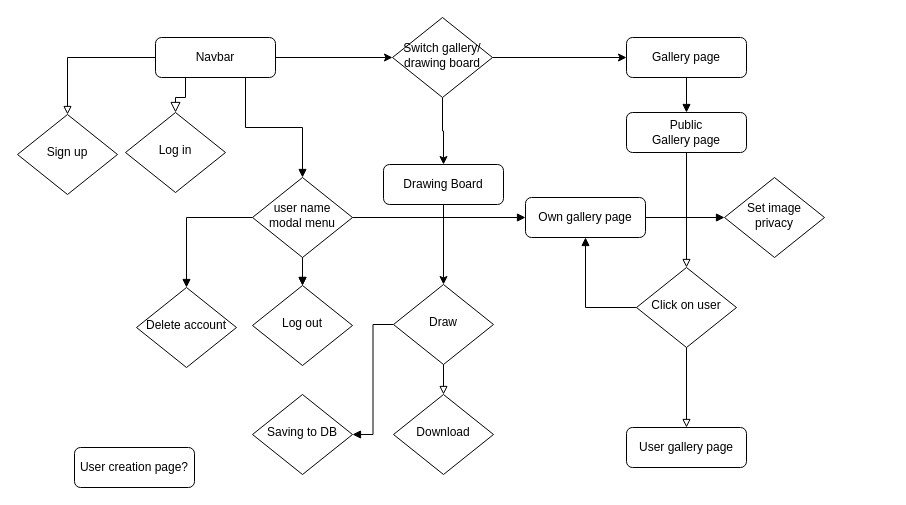
Above: pixel/user_stories.drawio in damien-rembert/diagrams (draw.io), before the change. Source tidied: cells renumbered, new cells numbered last; positions are measured from the earlier drawing's top-left corner, leaving out a move shared by most shapes. Both pictures are drawn from the tidied source at 100%, with x=0, y=0 at pixel (17, 17).
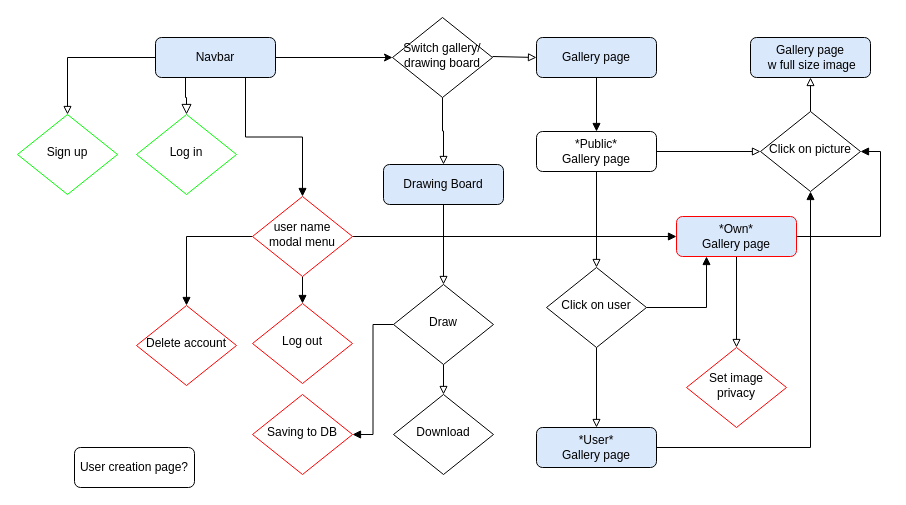
The same diagram, later.

Unchanged cells that the change refers to:
```xml
<mxCell id="9" value="&lt;div&gt;Switch gallery/&lt;/div&gt;&lt;div&gt;drawing board&lt;/div&gt;" style="rhombus;whiteSpace=wrap;html=1;shadow=0;fontFamily=Helvetica;fontSize=12;align=center;strokeWidth=1;spacing=6;spacingTop=-4;" parent="1" vertex="1">
  <mxGeometry x="375" width="100" height="80" as="geometry" />
</mxCell>
<mxCell id="23" value="&lt;div&gt;Draw&lt;/div&gt;" style="rhombus;whiteSpace=wrap;html=1;shadow=0;fontFamily=Helvetica;fontSize=12;align=center;strokeWidth=1;spacing=6;spacingTop=-4;" parent="1" vertex="1">
  <mxGeometry x="376" y="267" width="100" height="80" as="geometry" />
</mxCell>
```

Change to the diagram source:
```diff
@@
-    <mxCell id="4" style="edgeStyle=orthogonalEdgeStyle;rounded=0;jettySize=auto;html=1;exitX=0.5;exitY=1;exitDx=0;exitDy=0;entryX=0.5;entryY=0;entryDx=0;entryDy=0;" parent="1" edge="1" source="5" target="23">
+    <mxCell id="4" style="edgeStyle=orthogonalEdgeStyle;rounded=0;jettySize=auto;html=1;exitX=0.5;exitY=1;exitDx=0;exitDy=0;entryX=0.5;entryY=0;entryDx=0;entryDy=0;endArrow=block;endFill=0;" parent="1" edge="1" source="5" target="23">
       <mxGeometry relative="1" as="geometry" />
     </mxCell>
-    <mxCell id="5" value="&lt;div&gt;Drawing Board&lt;/div&gt;" style="rounded=1;whiteSpace=wrap;html=1;fontSize=12;glass=0;strokeWidth=1;shadow=0;" parent="1" vertex="1">
+    <mxCell id="5" value="&lt;div&gt;Drawing Board&lt;/div&gt;" style="rounded=1;whiteSpace=wrap;html=1;fontSize=12;glass=0;strokeWidth=1;shadow=0;fillColor=#dae8fc;strokeColor=#000000;" parent="1" vertex="1">
       <mxGeometry x="366" y="147" width="120" height="40" as="geometry" />
     </mxCell>
-    <mxCell id="6" value="Log in" style="rhombus;whiteSpace=wrap;html=1;shadow=0;fontFamily=Helvetica;fontSize=12;align=center;strokeWidth=1;spacing=6;spacingTop=-4;" parent="1" vertex="1">
-      <mxGeometry x="108" y="95" width="100" height="80" as="geometry" />
+    <mxCell id="6" value="Log in" style="rhombus;whiteSpace=wrap;html=1;shadow=0;fontFamily=Helvetica;fontSize=12;align=center;strokeWidth=1;spacing=6;spacingTop=-4;strokeColor=#00FF00;" parent="1" vertex="1">
+      <mxGeometry x="119" y="97" width="100" height="80" as="geometry" />
     </mxCell>
-    <mxCell id="7" style="edgeStyle=orthogonalEdgeStyle;rounded=0;jettySize=auto;html=1;exitX=0.5;exitY=1;exitDx=0;exitDy=0;entryX=0.5;entryY=0;entryDx=0;entryDy=0;" parent="1" edge="1" source="9" target="5">
+    <mxCell id="7" style="edgeStyle=orthogonalEdgeStyle;rounded=0;jettySize=auto;html=1;exitX=0.5;exitY=1;exitDx=0;exitDy=0;entryX=0.5;entryY=0;entryDx=0;entryDy=0;endArrow=block;endFill=0;" parent="1" edge="1" source="9" target="5">
       <mxGeometry relative="1" as="geometry" />
     </mxCell>
-    <mxCell id="8" style="edgeStyle=orthogonalEdgeStyle;rounded=0;jettySize=auto;html=1;exitX=1;exitY=0.5;exitDx=0;exitDy=0;entryX=0;entryY=0.5;entryDx=0;entryDy=0;" parent="1" edge="1" source="9" target="26">
-      <mxGeometry relative="1" as="geometry" />
+    <mxCell id="8" style="edgeStyle=orthogonalEdgeStyle;rounded=0;jettySize=auto;html=1;exitX=1;exitY=0.5;exitDx=0;exitDy=0;entryX=0;entryY=0.5;entryDx=0;entryDy=0;endArrow=block;endFill=0;" parent="1" edge="1" target="26">
+      <mxGeometry relative="1" as="geometry">
+        <mxPoint x="475" y="39" as="sourcePoint" />
+      </mxGeometry>
     </mxCell>
@@
-    <mxCell id="10" value="Sign up" style="rhombus;whiteSpace=wrap;html=1;shadow=0;fontFamily=Helvetica;fontSize=12;align=center;strokeWidth=1;spacing=6;spacingTop=-4;" parent="1" vertex="1">
+    <mxCell id="10" value="Sign up" style="rhombus;whiteSpace=wrap;html=1;shadow=0;fontFamily=Helvetica;fontSize=12;align=center;strokeWidth=1;spacing=6;spacingTop=-4;strokeColor=#00FF00;" parent="1" vertex="1">
       <mxGeometry y="97" width="100" height="80" as="geometry" />
     </mxCell>
@@
+    <mxCell id="38" style="edgeStyle=orthogonalEdgeStyle;rounded=0;jettySize=auto;html=1;exitX=1;exitY=0.5;exitDx=0;exitDy=0;entryX=0;entryY=0.5;entryDx=0;entryDy=0;endArrow=block;endFill=0;" parent="1" edge="1" source="14" target="42">
+      <mxGeometry relative="1" as="geometry" />
+    </mxCell>
-    <mxCell id="14" value="Public &lt;br&gt;&lt;div&gt;Gallery page&lt;/div&gt;" style="rounded=1;whiteSpace=wrap;html=1;fontSize=12;glass=0;strokeWidth=1;shadow=0;" parent="1" vertex="1">
-      <mxGeometry x="609" y="95" width="120" height="40" as="geometry" />
+    <mxCell id="14" value="*Public*&lt;br&gt;&lt;div&gt;Gallery page&lt;/div&gt;" style="rounded=1;whiteSpace=wrap;html=1;fontSize=12;glass=0;strokeWidth=1;shadow=0;" parent="1" vertex="1">
+      <mxGeometry x="519" y="114" width="120" height="40" as="geometry" />
     </mxCell>
@@
-    <mxCell id="17" value="&lt;div&gt;Navbar&lt;/div&gt;" style="rounded=1;whiteSpace=wrap;html=1;fontSize=12;glass=0;strokeWidth=1;shadow=0;" parent="1" vertex="1">
+    <mxCell id="17" value="&lt;div&gt;Navbar&lt;/div&gt;" style="rounded=1;whiteSpace=wrap;html=1;fontSize=12;glass=0;strokeWidth=1;shadow=0;fillColor=#dae8fc;strokeColor=#000000;" parent="1" vertex="1">
       <mxGeometry x="138" y="20" width="120" height="40" as="geometry" />
     </mxCell>
+    <mxCell id="39" style="edgeStyle=orthogonalEdgeStyle;rounded=0;jettySize=auto;html=1;exitX=1;exitY=0.5;exitDx=0;exitDy=0;entryX=0.5;entryY=1;entryDx=0;entryDy=0;endArrow=block;endFill=1;" parent="1" edge="1" source="18" target="42">
+      <mxGeometry relative="1" as="geometry" />
+    </mxCell>
-    <mxCell id="18" value="&lt;div&gt;User gallery page&lt;/div&gt;" style="rounded=1;whiteSpace=wrap;html=1;fontSize=12;glass=0;strokeWidth=1;shadow=0;" parent="1" vertex="1">
-      <mxGeometry x="609" y="410" width="120" height="40" as="geometry" />
+    <mxCell id="18" value="&lt;div&gt;*User*&lt;/div&gt;&lt;div&gt;Gallery page&lt;/div&gt;" style="rounded=1;whiteSpace=wrap;html=1;fontSize=12;glass=0;strokeWidth=1;shadow=0;fillColor=#dae8fc;strokeColor=#000000;" parent="1" vertex="1">
+      <mxGeometry x="519" y="410" width="120" height="40" as="geometry" />
     </mxCell>
-    <mxCell id="19" style="edgeStyle=orthogonalEdgeStyle;rounded=0;jettySize=auto;html=1;exitX=1;exitY=0.5;exitDx=0;exitDy=0;endArrow=block;endFill=1;" parent="1" edge="1" source="20" target="34">
+    <mxCell id="19" style="edgeStyle=orthogonalEdgeStyle;rounded=0;jettySize=auto;html=1;exitX=0.5;exitY=1;exitDx=0;exitDy=0;entryX=0.5;entryY=0;entryDx=0;entryDy=0;endArrow=block;endFill=0;" parent="1" edge="1" source="20" target="34">
       <mxGeometry relative="1" as="geometry" />
     </mxCell>
+    <mxCell id="40" style="edgeStyle=orthogonalEdgeStyle;rounded=0;jettySize=auto;html=1;exitX=1;exitY=0.5;exitDx=0;exitDy=0;entryX=1;entryY=0.5;entryDx=0;entryDy=0;endArrow=block;endFill=1;" parent="1" edge="1" source="20" target="42">
+      <mxGeometry relative="1" as="geometry" />
+    </mxCell>
-    <mxCell id="20" value="&lt;div&gt;Own gallery page&lt;/div&gt;" style="rounded=1;whiteSpace=wrap;html=1;fontSize=12;glass=0;strokeWidth=1;shadow=0;" parent="1" vertex="1">
-      <mxGeometry x="508" y="180" width="120" height="40" as="geometry" />
+    <mxCell id="20" value="&lt;div&gt;*Own* &lt;br&gt;&lt;/div&gt;&lt;div&gt;Gallery page&lt;/div&gt;" style="rounded=1;whiteSpace=wrap;html=1;fontSize=12;glass=0;strokeWidth=1;shadow=0;fillColor=#dae8fc;strokeColor=#FF0000;" parent="1" vertex="1">
+      <mxGeometry x="659" y="199" width="120" height="40" as="geometry" />
     </mxCell>
@@
-    <mxCell id="26" value="&lt;div&gt;Gallery page&lt;/div&gt;" style="rounded=1;whiteSpace=wrap;html=1;fontSize=12;glass=0;strokeWidth=1;shadow=0;" parent="1" vertex="1">
-      <mxGeometry x="609" y="20" width="120" height="40" as="geometry" />
+    <mxCell id="26" value="&lt;div&gt;Gallery page&lt;/div&gt;" style="rounded=1;whiteSpace=wrap;html=1;fontSize=12;glass=0;strokeWidth=1;shadow=0;fillColor=#dae8fc;strokeColor=#000000;" parent="1" vertex="1">
+      <mxGeometry x="519" y="20" width="120" height="40" as="geometry" />
     </mxCell>
-    <mxCell id="27" value="&lt;div&gt;Saving to DB&lt;br&gt;&lt;/div&gt;" style="rhombus;whiteSpace=wrap;html=1;shadow=0;fontFamily=Helvetica;fontSize=12;align=center;strokeWidth=1;spacing=6;spacingTop=-4;" parent="1" vertex="1">
+    <mxCell id="27" value="&lt;div&gt;Saving to DB&lt;br&gt;&lt;/div&gt;" style="rhombus;whiteSpace=wrap;html=1;shadow=0;fontFamily=Helvetica;fontSize=12;align=center;strokeWidth=1;spacing=6;spacingTop=-4;strokeColor=#FF0000;" parent="1" vertex="1">
       <mxGeometry x="235" y="377" width="100" height="80" as="geometry" />
     </mxCell>
@@
-    <mxCell id="29" style="edgeStyle=orthogonalEdgeStyle;rounded=0;jettySize=auto;html=1;endArrow=block;endFill=1;" parent="1" edge="1" source="31" target="32">
-      <mxGeometry relative="1" as="geometry" />
-    </mxCell>
@@
-    <mxCell id="31" value="user name modal menu" style="rhombus;whiteSpace=wrap;html=1;shadow=0;fontFamily=Helvetica;fontSize=12;align=center;strokeWidth=1;spacing=6;spacingTop=-4;" parent="1" vertex="1">
-      <mxGeometry x="235" y="160" width="100" height="80" as="geometry" />
+    <mxCell id="31" value="user name modal menu" style="rhombus;whiteSpace=wrap;html=1;shadow=0;fontFamily=Helvetica;fontSize=12;align=center;strokeWidth=1;spacing=6;spacingTop=-4;strokeColor=#FF0000;" parent="1" vertex="1">
+      <mxGeometry x="235" y="179" width="100" height="80" as="geometry" />
     </mxCell>
-    <mxCell id="32" value="&lt;div&gt;Log out&lt;/div&gt;" style="rhombus;whiteSpace=wrap;html=1;shadow=0;fontFamily=Helvetica;fontSize=12;align=center;strokeWidth=1;spacing=6;spacingTop=-4;" parent="1" vertex="1">
-      <mxGeometry x="235" y="268" width="100" height="80" as="geometry" />
+    <mxCell id="32" value="&lt;div&gt;Log out&lt;/div&gt;" style="rhombus;whiteSpace=wrap;html=1;shadow=0;fontFamily=Helvetica;fontSize=12;align=center;strokeWidth=1;spacing=6;spacingTop=-4;strokeColor=#FF0000;" parent="1" vertex="1">
+      <mxGeometry x="235" y="286" width="100" height="80" as="geometry" />
     </mxCell>
-    <mxCell id="33" value="Delete account" style="rhombus;whiteSpace=wrap;html=1;shadow=0;fontFamily=Helvetica;fontSize=12;align=center;strokeWidth=1;spacing=6;spacingTop=-4;" parent="1" vertex="1">
-      <mxGeometry x="119" y="270" width="100" height="80" as="geometry" />
+    <mxCell id="33" value="Delete account" style="rhombus;whiteSpace=wrap;html=1;shadow=0;fontFamily=Helvetica;fontSize=12;align=center;strokeWidth=1;spacing=6;spacingTop=-4;strokeColor=#FF0000;" parent="1" vertex="1">
+      <mxGeometry x="119" y="288" width="100" height="80" as="geometry" />
     </mxCell>
-    <mxCell id="34" value="&lt;div&gt;Set image privacy&lt;/div&gt;" style="rhombus;whiteSpace=wrap;html=1;shadow=0;fontFamily=Helvetica;fontSize=12;align=center;strokeWidth=1;spacing=6;spacingTop=-4;" parent="1" vertex="1">
-      <mxGeometry x="707" y="160" width="100" height="80" as="geometry" />
+    <mxCell id="34" value="&lt;div&gt;Set image privacy&lt;/div&gt;" style="rhombus;whiteSpace=wrap;html=1;shadow=0;fontFamily=Helvetica;fontSize=12;align=center;strokeWidth=1;spacing=6;spacingTop=-4;strokeColor=#FF0000;" parent="1" vertex="1">
+      <mxGeometry x="669" y="330" width="100" height="80" as="geometry" />
     </mxCell>
@@
-    <mxCell id="36" style="edgeStyle=orthogonalEdgeStyle;rounded=0;jettySize=auto;html=1;exitX=0;exitY=0.5;exitDx=0;exitDy=0;entryX=0.5;entryY=1;entryDx=0;entryDy=0;endArrow=block;endFill=1;" parent="1" edge="1" source="37" target="20">
+    <mxCell id="36" style="edgeStyle=orthogonalEdgeStyle;rounded=0;jettySize=auto;html=1;exitX=1;exitY=0.5;exitDx=0;exitDy=0;entryX=0.25;entryY=1;entryDx=0;entryDy=0;endArrow=block;endFill=1;" parent="1" edge="1" source="37" target="20">
       <mxGeometry relative="1" as="geometry" />
     </mxCell>
     <mxCell id="37" value="Click on user" style="rhombus;whiteSpace=wrap;html=1;shadow=0;fontFamily=Helvetica;fontSize=12;align=center;strokeWidth=1;spacing=6;spacingTop=-4;" parent="1" vertex="1">
-      <mxGeometry x="619" y="250" width="100" height="80" as="geometry" />
+      <mxGeometry x="529" y="250" width="100" height="80" as="geometry" />
     </mxCell>
+    <mxCell id="41" style="edgeStyle=orthogonalEdgeStyle;rounded=0;jettySize=auto;html=1;exitX=0.5;exitY=0;exitDx=0;exitDy=0;entryX=0.5;entryY=1;entryDx=0;entryDy=0;endArrow=block;endFill=0;" parent="1" edge="1" source="42" target="43">
+      <mxGeometry relative="1" as="geometry" />
+    </mxCell>
+    <mxCell id="42" value="Click on picture" style="rhombus;whiteSpace=wrap;html=1;shadow=0;fontFamily=Helvetica;fontSize=12;align=center;strokeWidth=1;spacing=6;spacingTop=-4;" parent="1" vertex="1">
+      <mxGeometry x="743" y="94" width="100" height="80" as="geometry" />
+    </mxCell>
+    <mxCell id="43" value="&lt;div&gt;Gallery page&lt;/div&gt;&amp;nbsp;w full size image" style="rounded=1;whiteSpace=wrap;html=1;fontSize=12;glass=0;strokeWidth=1;shadow=0;fillColor=#dae8fc;strokeColor=#000000;" parent="1" vertex="1">
+      <mxGeometry x="733" y="20" width="120" height="40" as="geometry" />
+    </mxCell>
```
